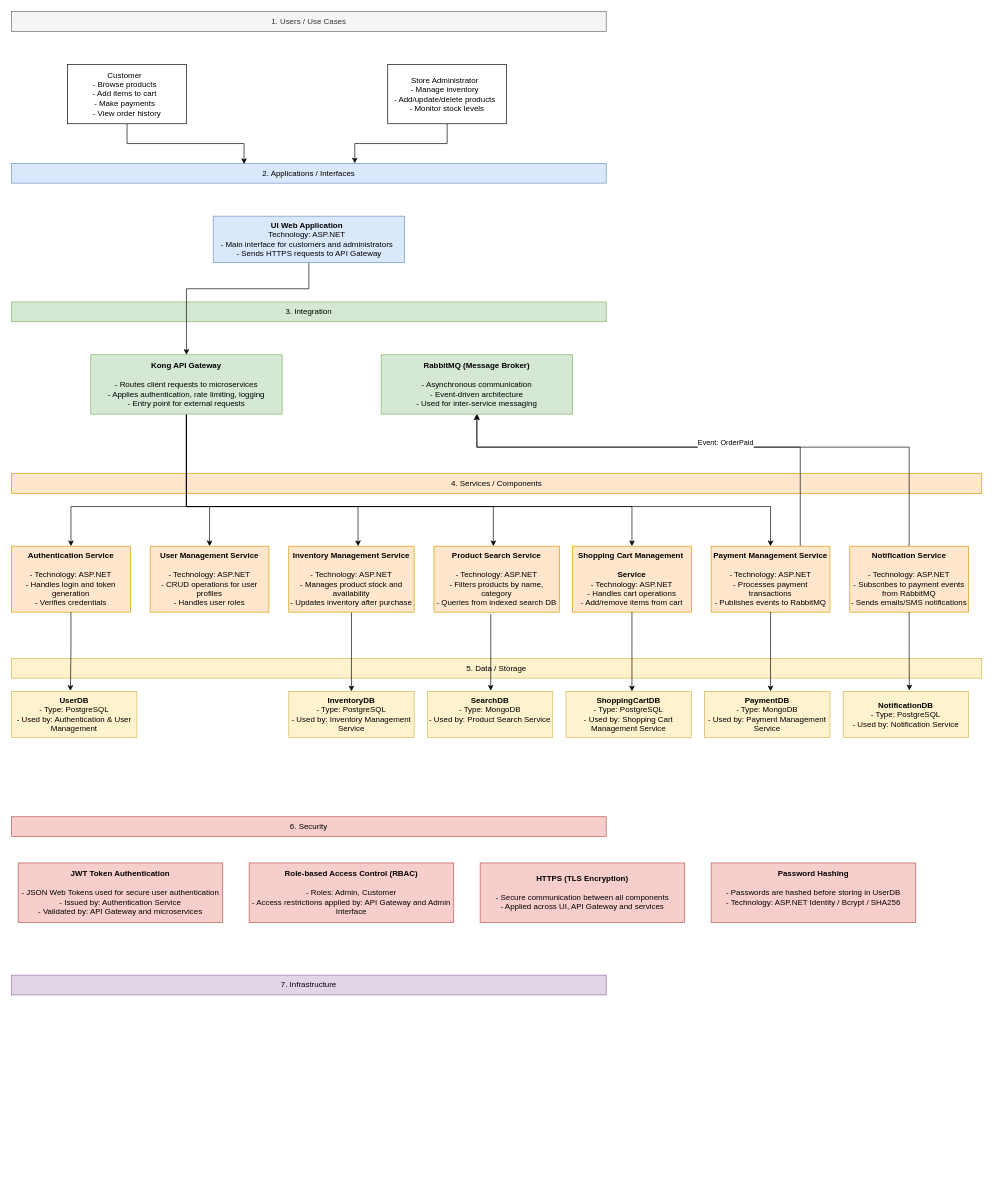
Earlier version of the draw.io diagram SPSM_Architecture_Matrix.drawio (Mundrack/Diagramas-DrawIO). Source tidied: cells renumbered, new cells numbered last; positions are measured from the earlier drawing's top-left corner, leaving out a move shared by most shapes. Both pictures are drawn from the tidied source at 66%, with x=0, y=0 at pixel (11, 11).
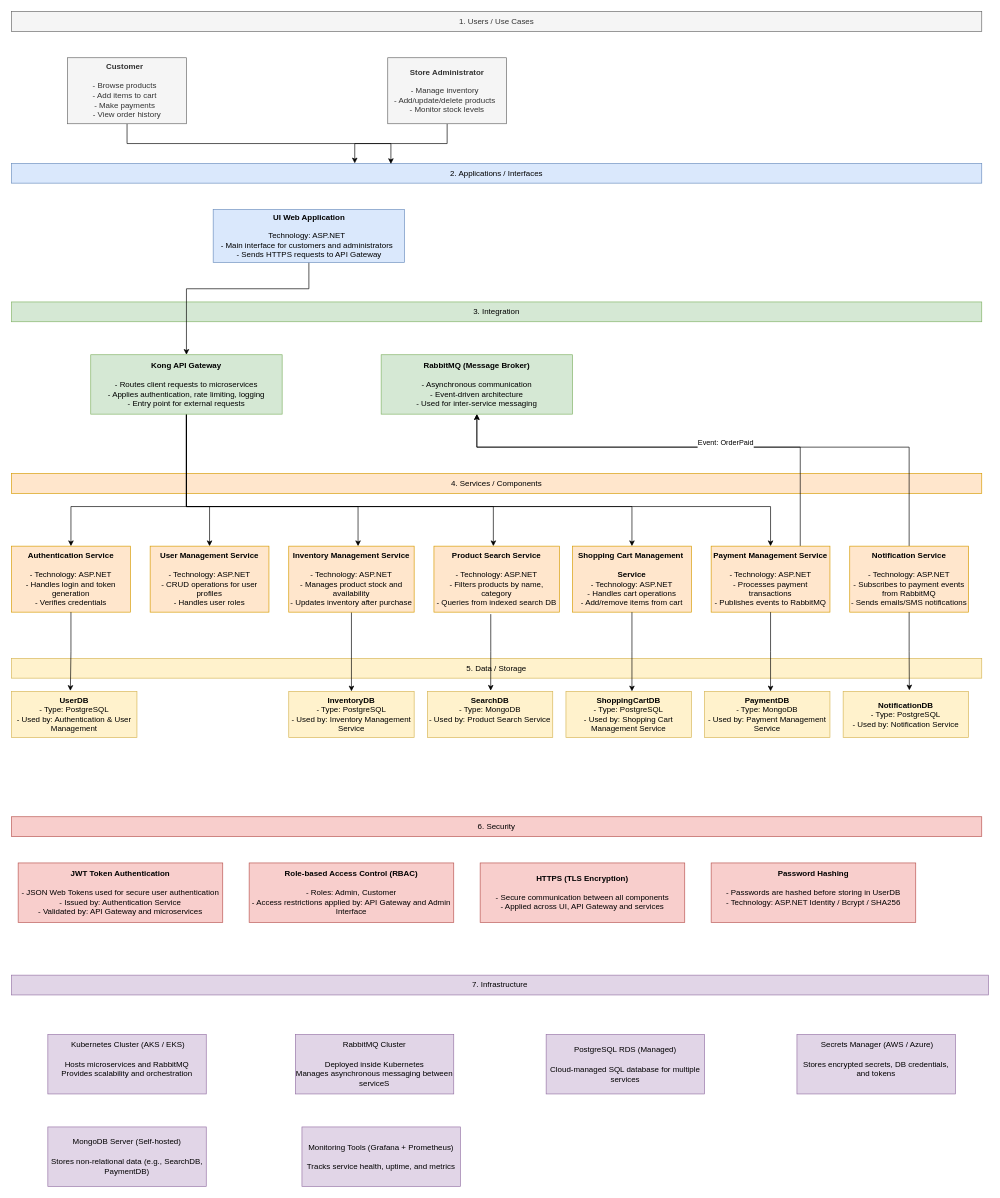
Above is the later version.

Change to the diagram source:
```diff
@@
     <mxCell id="2" value="1. Users / Use Cases" style="rounded=0;whiteSpace=wrap;html=1;fillColor=#f5f5f5;fontColor=#333333;strokeColor=#666666;" parent="1" vertex="1">
-      <mxGeometry width="901" height="30" as="geometry" />
+      <mxGeometry width="1470" height="30" as="geometry" />
     </mxCell>
     <mxCell id="3" value="&lt;div&gt;2. Applications / Interfaces&lt;/div&gt;" style="rounded=0;whiteSpace=wrap;html=1;fillColor=#dae8fc;strokeColor=#6c8ebf;" parent="1" vertex="1">
-      <mxGeometry y="230" width="901" height="30" as="geometry" />
+      <mxGeometry y="230" width="1470" height="30" as="geometry" />
     </mxCell>
     <mxCell id="4" value="&lt;div&gt;3. Integration&lt;/div&gt;" style="rounded=0;whiteSpace=wrap;html=1;fillColor=#d5e8d4;strokeColor=#82b366;" parent="1" vertex="1">
-      <mxGeometry y="440" width="901" height="30" as="geometry" />
+      <mxGeometry y="440" width="1470" height="30" as="geometry" />
     </mxCell>
@@
     <mxCell id="7" value="6. Security" style="rounded=0;whiteSpace=wrap;html=1;fillColor=#f8cecc;strokeColor=#b85450;" parent="1" vertex="1">
-      <mxGeometry y="1220" width="901" height="30" as="geometry" />
+      <mxGeometry y="1220" width="1470" height="30" as="geometry" />
     </mxCell>
     <mxCell id="8" value="7. Infrastructure" style="rounded=0;whiteSpace=wrap;html=1;fillColor=#e1d5e7;strokeColor=#9673a6;" parent="1" vertex="1">
-      <mxGeometry y="1460" width="901" height="30" as="geometry" />
+      <mxGeometry y="1460" width="1480" height="30" as="geometry" />
     </mxCell>
@@
-    <mxCell id="10" value="&lt;div&gt;Customer&amp;nbsp;&amp;nbsp;&lt;/div&gt;&lt;div&gt;- Browse products&amp;nbsp;&amp;nbsp;&lt;/div&gt;&lt;div&gt;- Add items to cart&amp;nbsp;&amp;nbsp;&lt;/div&gt;&lt;div&gt;- Make payments&amp;nbsp;&amp;nbsp;&lt;/div&gt;&lt;div&gt;- View order history&lt;/div&gt;" style="whiteSpace=wrap;html=1;" parent="1" vertex="1">
-      <mxGeometry x="85" y="80" width="180" height="90" as="geometry" />
+    <mxCell id="10" value="&lt;div&gt;&lt;b&gt;Customer&amp;nbsp;&amp;nbsp;&lt;/b&gt;&lt;/div&gt;&lt;div&gt;&lt;b&gt;&lt;br&gt;&lt;/b&gt;&lt;/div&gt;&lt;div&gt;- Browse products&amp;nbsp;&amp;nbsp;&lt;/div&gt;&lt;div&gt;- Add items to cart&amp;nbsp;&amp;nbsp;&lt;/div&gt;&lt;div&gt;- Make payments&amp;nbsp;&amp;nbsp;&lt;/div&gt;&lt;div&gt;- View order history&lt;/div&gt;" style="whiteSpace=wrap;html=1;fillColor=#f5f5f5;fontColor=#333333;strokeColor=#666666;" parent="1" vertex="1">
+      <mxGeometry x="85" y="70" width="180" height="100" as="geometry" />
     </mxCell>
@@
-    <mxCell id="12" value="&lt;div&gt;Store Administrator&amp;nbsp;&amp;nbsp;&lt;/div&gt;&lt;div&gt;- Manage inventory&amp;nbsp;&amp;nbsp;&lt;/div&gt;&lt;div&gt;- Add/update/delete products&amp;nbsp;&amp;nbsp;&lt;/div&gt;&lt;div&gt;- Monitor stock levels&lt;/div&gt;" style="whiteSpace=wrap;html=1;" parent="1" vertex="1">
-      <mxGeometry x="570" y="80" width="180" height="90" as="geometry" />
+    <mxCell id="12" value="&lt;div&gt;&lt;b&gt;Store Administrator&lt;/b&gt;&lt;/div&gt;&lt;div&gt;&lt;b&gt;&amp;nbsp;&amp;nbsp;&lt;/b&gt;&lt;/div&gt;&lt;div&gt;- Manage inventory&amp;nbsp;&amp;nbsp;&lt;/div&gt;&lt;div&gt;- Add/update/delete products&amp;nbsp;&amp;nbsp;&lt;/div&gt;&lt;div&gt;- Monitor stock levels&lt;/div&gt;" style="whiteSpace=wrap;html=1;fillColor=#f5f5f5;fontColor=#333333;strokeColor=#666666;" parent="1" vertex="1">
+      <mxGeometry x="570" y="70" width="180" height="100" as="geometry" />
     </mxCell>
@@
-    <mxCell id="14" value="&lt;div&gt;&lt;b&gt;UI Web Application&amp;nbsp;&amp;nbsp;&lt;/b&gt;&lt;/div&gt;&lt;div&gt;Technology: ASP.NET&amp;nbsp;&amp;nbsp;&lt;/div&gt;&lt;div&gt;- Main interface for customers and administrators&amp;nbsp;&amp;nbsp;&lt;/div&gt;&lt;div&gt;- Sends HTTPS requests to API Gateway&lt;/div&gt;" style="whiteSpace=wrap;html=1;fillColor=#dae8fc;strokeColor=#6c8ebf;" parent="1" vertex="1">
-      <mxGeometry x="305.5" y="310" width="290" height="70" as="geometry" />
+    <mxCell id="14" value="&lt;div&gt;&lt;b&gt;UI Web Application&lt;/b&gt;&lt;/div&gt;&lt;div&gt;&lt;b&gt;&amp;nbsp;&amp;nbsp;&lt;/b&gt;&lt;/div&gt;&lt;div&gt;Technology: ASP.NET&amp;nbsp;&amp;nbsp;&lt;/div&gt;&lt;div&gt;- Main interface for customers and administrators&amp;nbsp;&amp;nbsp;&lt;/div&gt;&lt;div&gt;- Sends HTTPS requests to API Gateway&lt;/div&gt;" style="whiteSpace=wrap;html=1;fillColor=#dae8fc;strokeColor=#6c8ebf;" parent="1" vertex="1">
+      <mxGeometry x="305.5" y="300" width="290" height="80" as="geometry" />
     </mxCell>
@@
+    <mxCell id="48" value="&amp;nbsp;Kubernetes Cluster (AKS / EKS)&lt;div&gt;&lt;br&gt;&lt;div&gt;&lt;span style=&quot;background-color: transparent; color: light-dark(rgb(0, 0, 0), rgb(255, 255, 255));&quot;&gt;Hosts microservices and RabbitMQ&lt;/span&gt;&lt;/div&gt;&lt;div&gt;&lt;span style=&quot;background-color: transparent; color: light-dark(rgb(0, 0, 0), rgb(255, 255, 255));&quot;&gt;Provides scalability and orchestration&lt;/span&gt;&lt;/div&gt;&lt;div&gt;&lt;h4&gt;&lt;/h4&gt;&lt;/div&gt;&lt;/div&gt;" style="whiteSpace=wrap;html=1;fillColor=#e1d5e7;strokeColor=#9673a6;" parent="1" vertex="1">
+      <mxGeometry x="55" y="1550" width="240" height="90" as="geometry" />
+    </mxCell>
+    <mxCell id="49" value="RabbitMQ Cluster&lt;div&gt;&lt;div&gt;&lt;h4&gt;&lt;/h4&gt;&lt;/div&gt;&lt;/div&gt;&lt;div&gt;Deployed inside Kubernetes&lt;/div&gt;&lt;div&gt;Manages asynchronous messaging between serviceS&lt;/div&gt;" style="whiteSpace=wrap;html=1;fillColor=#e1d5e7;strokeColor=#9673a6;" parent="1" vertex="1">
+      <mxGeometry x="430" y="1550" width="240" height="90" as="geometry" />
+    </mxCell>
+    <mxCell id="50" value="PostgreSQL RDS (Managed)&lt;div&gt;&lt;div&gt;&lt;h4&gt;&lt;/h4&gt;&lt;/div&gt;&lt;/div&gt;&lt;div&gt;Cloud-managed SQL database for multiple services&lt;/div&gt;" style="whiteSpace=wrap;html=1;fillColor=#e1d5e7;strokeColor=#9673a6;" parent="1" vertex="1">
+      <mxGeometry x="810" y="1550" width="240" height="90" as="geometry" />
+    </mxCell>
+    <mxCell id="51" value="MongoDB Server (Self-hosted)&lt;div&gt;&lt;div&gt;&lt;h4&gt;&lt;/h4&gt;&lt;/div&gt;&lt;/div&gt;&lt;div&gt;Stores non-relational data (e.g., SearchDB, PaymentDB)&lt;/div&gt;" style="whiteSpace=wrap;html=1;fillColor=#e1d5e7;strokeColor=#9673a6;" parent="1" vertex="1">
+      <mxGeometry x="55" y="1690" width="240" height="90" as="geometry" />
+    </mxCell>
+    <mxCell id="52" value="&lt;div&gt;&amp;nbsp;Secrets Manager (AWS / Azure)&lt;/div&gt;&lt;div&gt;&lt;br&gt;&lt;div&gt;Stores encrypted secrets, DB credentials, and tokens&lt;/div&gt;&lt;div&gt;&lt;h4&gt;&lt;/h4&gt;&lt;/div&gt;&lt;/div&gt;" style="whiteSpace=wrap;html=1;fillColor=#e1d5e7;strokeColor=#9673a6;" parent="1" vertex="1">
+      <mxGeometry x="1190" y="1550" width="240" height="90" as="geometry" />
+    </mxCell>
+    <mxCell id="53" value="&lt;div&gt;Monitoring Tools (Grafana + Prometheus)&lt;/div&gt;&lt;div&gt;&lt;br&gt;&lt;/div&gt;&lt;div&gt;Tracks service health, uptime, and metrics&lt;/div&gt;" style="whiteSpace=wrap;html=1;fillColor=#e1d5e7;strokeColor=#9673a6;" parent="1" vertex="1">
+      <mxGeometry x="440" y="1690" width="240" height="90" as="geometry" />
+    </mxCell>
```
